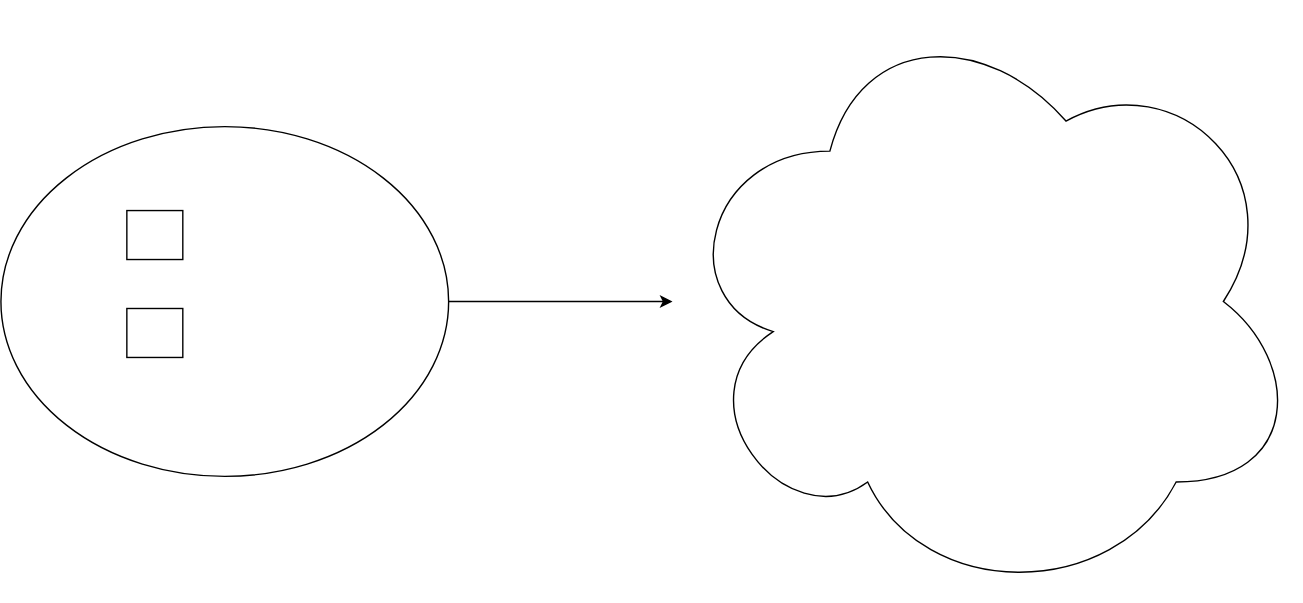
Above: officenetworksetup.svg in vjavle/invoicecloud (draw.io), before the change. Source tidied: cells renumbered, new cells last; positions are measured from the earlier drawing's top-left corner, leaving out a move shared by most shapes. Source of this version:
```xml
<mxGraphModel>
  <root>
    <mxCell id="0" />
    <mxCell id="1" parent="0" />
    <mxCell id="2" style="edgeStyle=orthogonalEdgeStyle;rounded=0;jettySize=auto;html=1;" parent="1" edge="1" source="3" target="6">
      <mxGeometry relative="1" as="geometry" />
    </mxCell>
    <mxCell id="3" style="ellipse;whiteSpace=wrap;html=1;" parent="1" vertex="1">
      <mxGeometry y="90" width="320" height="250" as="geometry" />
    </mxCell>
    <mxCell id="4" style="rounded=0;whiteSpace=wrap;html=1;" parent="1" vertex="1">
      <mxGeometry x="90" y="150" width="40" height="35" as="geometry" />
    </mxCell>
    <mxCell id="5" style="rounded=0;whiteSpace=wrap;html=1;" parent="1" vertex="1">
      <mxGeometry x="90" y="220" width="40" height="35" as="geometry" />
    </mxCell>
    <mxCell id="6" style="ellipse;shape=cloud;whiteSpace=wrap;html=1;" parent="1" vertex="1">
      <mxGeometry x="480" width="450" height="430" as="geometry" />
    </mxCell>
  </root>
</mxGraphModel>
```
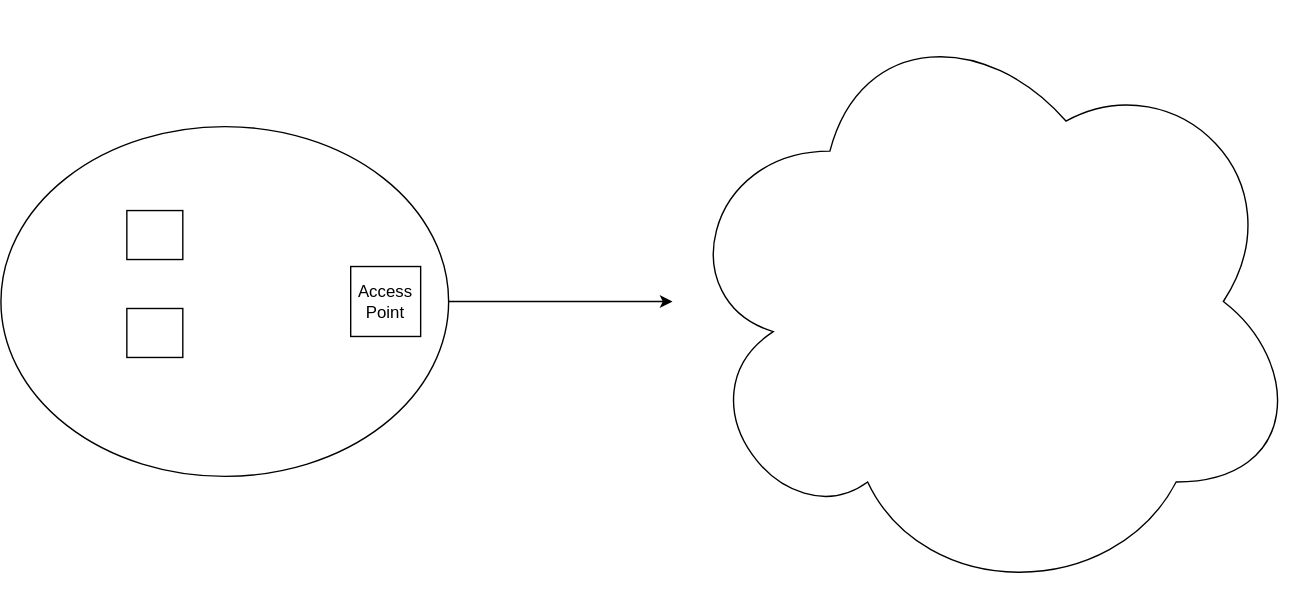
Above is the later version.

The edit, as a diff of the source:
```diff
@@ -17,5 +17,8 @@
     <mxCell id="6" style="ellipse;shape=cloud;whiteSpace=wrap;html=1;" parent="1" vertex="1">
       <mxGeometry x="480" width="450" height="430" as="geometry" />
     </mxCell>
+    <mxCell id="7" value="Access Point" style="whiteSpace=wrap;html=1;" parent="1" vertex="1">
+      <mxGeometry x="250" y="190" width="50" height="50" as="geometry" />
+    </mxCell>
   </root>
 </mxGraphModel>
```
